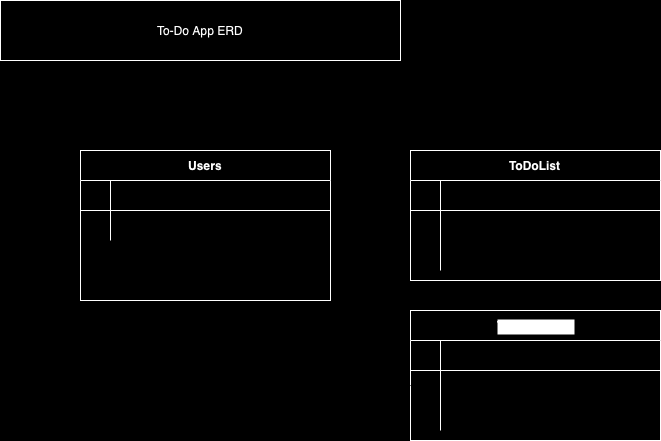
This is To-Do App ERD.png from imaneya/clush-todo-backend, a draw.io export, as it was before one commit. Source tidied: cells renumbered, new cells last; positions are measured from the earlier drawing's top-left corner, leaving out a move shared by most shapes.
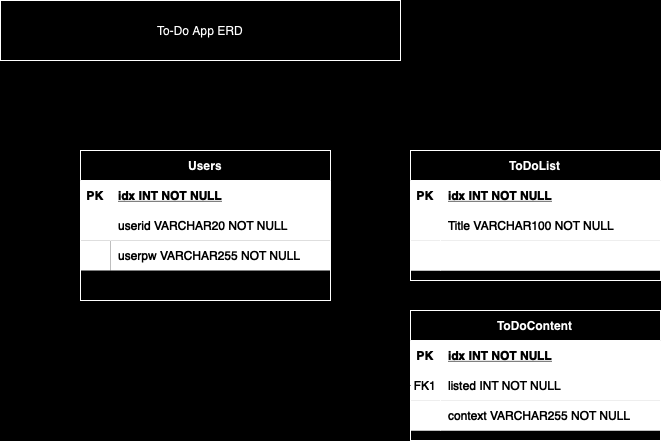
The same file after the commit.

Commit message:
To-Do App ERD.png이 추가되었습니다.

The edit, as a diff of the source:
```diff
@@ -2,91 +2,91 @@
   <root>
     <mxCell id="0" />
     <mxCell id="1" parent="0" />
-    <mxCell id="2" value="ToDoList" style="shape=table;startSize=30;rowLines=0;fontStyle=1;align=center;" parent="1" vertex="1">
+    <mxCell id="2" value="ToDoList" style="shape=table;startSize=30;rowLines=0;fontStyle=1;align=center;fillColor=#FFFFFF;" parent="1" vertex="1">
       <mxGeometry x="410" y="150" width="250" height="130" as="geometry" />
     </mxCell>
-    <mxCell id="3" style="shape=partialRectangle;fillColor=none;points=[[0,0.5],[1,0.5]];portConstraint=eastwest;top=0;left=0;right=0;bottom=1;fontColor=#FFFFFF;" parent="2" vertex="1">
+    <mxCell id="3" style="shape=partialRectangle;fillColor=#000000;points=[[0,0.5],[1,0.5]];portConstraint=eastwest;top=0;left=0;right=0;bottom=1;fontColor=#FFFFFF;" parent="2" vertex="1">
       <mxGeometry y="30" width="250" height="30" as="geometry" />
     </mxCell>
-    <mxCell id="4" value="PK" style="shape=partialRectangle;overflow=hidden;fillColor=none;top=0;left=0;bottom=0;right=0;fontStyle=1;fontColor=#FFFFFF;" parent="3" vertex="1">
+    <mxCell id="4" value="PK" style="shape=partialRectangle;overflow=hidden;fillColor=#000000;top=0;left=0;bottom=0;right=0;fontStyle=1;fontColor=#FFFFFF;" parent="3" vertex="1">
       <mxGeometry width="30" height="30" as="geometry" />
     </mxCell>
-    <mxCell id="5" value="idx INT NOT NULL" style="shape=partialRectangle;overflow=hidden;fillColor=none;top=0;left=0;bottom=0;right=0;align=left;spacingLeft=6;fontStyle=5;fontColor=#FFFFFF;" parent="3" vertex="1">
+    <mxCell id="5" value="idx INT NOT NULL" style="shape=partialRectangle;overflow=hidden;fillColor=#000000;top=0;left=0;bottom=0;right=0;align=left;spacingLeft=6;fontStyle=5;fontColor=#FFFFFF;" parent="3" vertex="1">
       <mxGeometry x="30" width="220" height="30" as="geometry" />
     </mxCell>
-    <mxCell id="6" style="shape=partialRectangle;fillColor=none;top=0;left=0;right=0;bottom=0;fontColor=#FFFFFF;" parent="2" vertex="1">
+    <mxCell id="6" style="shape=partialRectangle;fillColor=#000000;top=0;left=0;right=0;bottom=0;fontColor=#FFFFFF;" parent="2" vertex="1">
       <mxGeometry y="60" width="250" height="30" as="geometry" />
     </mxCell>
-    <mxCell id="7" style="shape=partialRectangle;overflow=hidden;fillColor=none;top=0;left=0;bottom=0;right=0;fontColor=#FFFFFF;" parent="6" vertex="1">
+    <mxCell id="7" style="shape=partialRectangle;overflow=hidden;fillColor=#000000;top=0;left=0;bottom=0;right=0;fontColor=#FFFFFF;" parent="6" vertex="1">
       <mxGeometry width="30" height="30" as="geometry" />
     </mxCell>
-    <mxCell id="8" value="Title VARCHAR100 NOT NULL " style="shape=partialRectangle;overflow=hidden;fillColor=none;top=0;left=0;bottom=0;right=0;align=left;spacingLeft=6;fontColor=#FFFFFF;" parent="6" vertex="1">
+    <mxCell id="8" value="Title VARCHAR100 NOT NULL " style="shape=partialRectangle;overflow=hidden;fillColor=#000000;top=0;left=0;bottom=0;right=0;align=left;spacingLeft=6;fontColor=#FFFFFF;" parent="6" vertex="1">
       <mxGeometry x="30" width="220" height="30" as="geometry" />
     </mxCell>
-    <mxCell id="9" style="shape=partialRectangle;fillColor=none;top=0;left=0;right=0;bottom=0;fontColor=#FFFFFF;" parent="2" vertex="1">
+    <mxCell id="9" style="shape=partialRectangle;fillColor=#000000;top=0;left=0;right=0;bottom=0;fontColor=#FFFFFF;" parent="2" vertex="1">
       <mxGeometry y="90" width="250" height="30" as="geometry" />
     </mxCell>
-    <mxCell id="10" style="shape=partialRectangle;overflow=hidden;fillColor=none;top=0;left=0;bottom=0;right=0;fontColor=#FFFFFF;" parent="9" vertex="1">
+    <mxCell id="10" style="shape=partialRectangle;overflow=hidden;fillColor=#000000;top=0;left=0;bottom=0;right=0;fontColor=#FFFFFF;" parent="9" vertex="1">
       <mxGeometry width="30" height="30" as="geometry" />
     </mxCell>
-    <mxCell id="11" style="shape=partialRectangle;overflow=hidden;fillColor=none;top=0;left=0;bottom=0;right=0;align=left;spacingLeft=6;fontColor=#FFFFFF;" parent="9" vertex="1">
+    <mxCell id="11" style="shape=partialRectangle;overflow=hidden;fillColor=#000000;top=0;left=0;bottom=0;right=0;align=left;spacingLeft=6;fontColor=#FFFFFF;" parent="9" vertex="1">
       <mxGeometry x="30" width="220" height="30" as="geometry" />
     </mxCell>
-    <mxCell id="12" value="ToDoContent" style="shape=table;startSize=30;rowLines=0;fontStyle=1;align=center;labelBackgroundColor=#000000;" parent="1" vertex="1">
+    <mxCell id="12" value="ToDoContent" style="shape=table;startSize=30;rowLines=0;fontStyle=1;align=center;labelBackgroundColor=none;fillColor=#FFFFFF;" parent="1" vertex="1">
       <mxGeometry x="410" y="310" width="250" height="130" as="geometry" />
     </mxCell>
-    <mxCell id="13" style="shape=partialRectangle;fillColor=none;top=0;left=0;right=0;bottom=1;fontColor=#FFFFFF;" parent="12" vertex="1">
+    <mxCell id="13" style="shape=partialRectangle;fillColor=#000000;top=0;left=0;right=0;bottom=1;fontColor=#FFFFFF;" parent="12" vertex="1">
       <mxGeometry y="30" width="250" height="30" as="geometry" />
     </mxCell>
-    <mxCell id="14" value="PK" style="shape=partialRectangle;overflow=hidden;fillColor=none;top=0;left=0;bottom=0;right=0;fontStyle=1;fontColor=#FFFFFF;" parent="13" vertex="1">
+    <mxCell id="14" value="PK" style="shape=partialRectangle;overflow=hidden;fillColor=#000000;top=0;left=0;bottom=0;right=0;fontStyle=1;fontColor=#FFFFFF;" parent="13" vertex="1">
       <mxGeometry width="30" height="30" as="geometry" />
     </mxCell>
-    <mxCell id="15" value="idx INT NOT NULL" style="shape=partialRectangle;overflow=hidden;fillColor=none;top=0;left=0;bottom=0;right=0;align=left;spacingLeft=6;fontStyle=5;fontColor=#FFFFFF;" parent="13" vertex="1">
+    <mxCell id="15" value="idx INT NOT NULL" style="shape=partialRectangle;overflow=hidden;fillColor=#000000;top=0;left=0;bottom=0;right=0;align=left;spacingLeft=6;fontStyle=5;fontColor=#FFFFFF;" parent="13" vertex="1">
       <mxGeometry x="30" width="220" height="30" as="geometry" />
     </mxCell>
-    <mxCell id="16" style="shape=partialRectangle;fillColor=none;points=[[0,0.5],[1,0.5]];portConstraint=eastwest;top=0;left=0;right=0;bottom=0;fontColor=#FFFFFF;" parent="12" vertex="1">
+    <mxCell id="16" style="shape=partialRectangle;fillColor=#000000;points=[[0,0.5],[1,0.5]];portConstraint=eastwest;top=0;left=0;right=0;bottom=0;fontColor=#FFFFFF;" parent="12" vertex="1">
       <mxGeometry y="60" width="250" height="30" as="geometry" />
     </mxCell>
-    <mxCell id="17" value="FK1" style="shape=partialRectangle;overflow=hidden;fillColor=none;top=0;left=0;bottom=0;right=0;fontColor=#FFFFFF;" parent="16" vertex="1">
+    <mxCell id="17" value="FK1" style="shape=partialRectangle;overflow=hidden;fillColor=#000000;top=0;left=0;bottom=0;right=0;fontColor=#FFFFFF;" parent="16" vertex="1">
       <mxGeometry width="30" height="30" as="geometry" />
     </mxCell>
-    <mxCell id="18" value="listed INT NOT NULL" style="shape=partialRectangle;overflow=hidden;fillColor=none;top=0;left=0;bottom=0;right=0;align=left;spacingLeft=6;fontColor=#FFFFFF;" parent="16" vertex="1">
+    <mxCell id="18" value="listed INT NOT NULL" style="shape=partialRectangle;overflow=hidden;fillColor=#000000;top=0;left=0;bottom=0;right=0;align=left;spacingLeft=6;fontColor=#FFFFFF;" parent="16" vertex="1">
       <mxGeometry x="30" width="220" height="30" as="geometry" />
     </mxCell>
-    <mxCell id="19" style="shape=partialRectangle;fillColor=none;top=0;left=0;right=0;bottom=0;fontColor=#FFFFFF;" parent="12" vertex="1">
+    <mxCell id="19" style="shape=partialRectangle;fillColor=#000000;top=0;left=0;right=0;bottom=0;fontColor=#FFFFFF;" parent="12" vertex="1">
       <mxGeometry y="90" width="250" height="30" as="geometry" />
     </mxCell>
-    <mxCell id="20" style="shape=partialRectangle;overflow=hidden;fillColor=none;top=0;left=0;bottom=0;right=0;fontColor=#FFFFFF;" parent="19" vertex="1">
+    <mxCell id="20" style="shape=partialRectangle;overflow=hidden;fillColor=#000000;top=0;left=0;bottom=0;right=0;fontColor=#FFFFFF;" parent="19" vertex="1">
       <mxGeometry width="30" height="30" as="geometry" />
     </mxCell>
-    <mxCell id="21" value="context VARCHAR255 NOT NULL" style="shape=partialRectangle;overflow=hidden;fillColor=none;top=0;left=0;bottom=0;right=0;align=left;spacingLeft=6;fontColor=#FFFFFF;" parent="19" vertex="1">
+    <mxCell id="21" value="context VARCHAR255 NOT NULL" style="shape=partialRectangle;overflow=hidden;fillColor=#000000;top=0;left=0;bottom=0;right=0;align=left;spacingLeft=6;fontColor=#FFFFFF;" parent="19" vertex="1">
       <mxGeometry x="30" width="220" height="30" as="geometry" />
     </mxCell>
-    <mxCell id="22" value="Users" style="shape=table;startSize=30;rowLines=0;fontStyle=1;align=center;" parent="1" vertex="1">
+    <mxCell id="22" value="Users" style="shape=table;startSize=30;rowLines=0;fontStyle=1;align=center;fillStyle=solid;" parent="1" vertex="1">
       <mxGeometry x="80" y="150" width="250" height="150" as="geometry" />
     </mxCell>
-    <mxCell id="23" style="shape=partialRectangle;fillColor=none;top=0;left=0;right=0;bottom=1;fontColor=#FFFFFF;" parent="22" vertex="1">
+    <mxCell id="23" style="shape=partialRectangle;fillColor=#000000;top=0;left=0;right=0;bottom=1;fontColor=#FFFFFF;" parent="22" vertex="1">
       <mxGeometry y="30" width="250" height="30" as="geometry" />
     </mxCell>
-    <mxCell id="24" value="PK" style="shape=partialRectangle;overflow=hidden;fillColor=none;top=0;left=0;bottom=0;right=0;fontStyle=1;fontColor=#FFFFFF;" parent="23" vertex="1">
+    <mxCell id="24" value="PK" style="shape=partialRectangle;overflow=hidden;fillColor=#000000;top=0;left=0;bottom=0;right=0;fontStyle=1;fontColor=#FFFFFF;" parent="23" vertex="1">
       <mxGeometry width="30" height="30" as="geometry" />
     </mxCell>
-    <mxCell id="25" value="idx INT NOT NULL" style="shape=partialRectangle;overflow=hidden;fillColor=none;top=0;left=0;bottom=0;right=0;align=left;spacingLeft=6;fontStyle=5;fontColor=#FFFFFF;" parent="23" vertex="1">
+    <mxCell id="25" value="idx INT NOT NULL" style="shape=partialRectangle;overflow=hidden;fillColor=#000000;top=0;left=0;bottom=0;right=0;align=left;spacingLeft=6;fontStyle=5;fontColor=#FFFFFF;" parent="23" vertex="1">
       <mxGeometry x="30" width="220" height="30" as="geometry" />
     </mxCell>
-    <mxCell id="26" style="shape=partialRectangle;fillColor=none;top=0;left=0;right=0;bottom=0;fontColor=#FFFFFF;" parent="22" vertex="1">
+    <mxCell id="26" style="shape=partialRectangle;fillColor=#000000;top=0;left=0;right=0;bottom=0;fontColor=#FFFFFF;" parent="22" vertex="1">
       <mxGeometry y="60" width="250" height="30" as="geometry" />
     </mxCell>
-    <mxCell id="27" style="shape=partialRectangle;overflow=hidden;fillColor=none;top=0;left=0;bottom=0;right=0;fontColor=#FFFFFF;" parent="26" vertex="1">
+    <mxCell id="27" style="shape=partialRectangle;overflow=hidden;fillColor=#000000;top=0;left=0;bottom=0;right=0;fontColor=#FFFFFF;" parent="26" vertex="1">
       <mxGeometry width="30" height="30" as="geometry" />
     </mxCell>
-    <mxCell id="28" value="userid VARCHAR20 NOT NULL" style="shape=partialRectangle;overflow=hidden;fillColor=none;top=0;left=0;bottom=0;right=0;align=left;spacingLeft=6;fontColor=#FFFFFF;" parent="26" vertex="1">
+    <mxCell id="28" value="userid VARCHAR20 NOT NULL" style="shape=partialRectangle;overflow=hidden;fillColor=#000000;top=0;left=0;bottom=0;right=0;align=left;spacingLeft=6;fontColor=#FFFFFF;" parent="26" vertex="1">
       <mxGeometry x="30" width="220" height="30" as="geometry" />
     </mxCell>
-    <mxCell id="29" style="shape=partialRectangle;overflow=hidden;fillColor=none;top=0;left=0;bottom=0;right=0;fontColor=#FFFFFF;" parent="1" vertex="1">
+    <mxCell id="29" style="shape=partialRectangle;overflow=hidden;fillColor=#000000;top=0;left=0;bottom=0;right=0;fontColor=#FFFFFF;" parent="1" vertex="1">
       <mxGeometry x="80" y="240" width="30" height="30" as="geometry" />
     </mxCell>
-    <mxCell id="30" value="userpw VARCHAR255 NOT NULL" style="shape=partialRectangle;overflow=hidden;fillColor=none;top=0;left=0;bottom=0;right=0;align=left;spacingLeft=6;fontColor=#FFFFFF;" parent="1" vertex="1">
+    <mxCell id="30" value="userpw VARCHAR255 NOT NULL" style="shape=partialRectangle;overflow=hidden;fillColor=#000000;top=0;left=0;bottom=0;right=0;align=left;spacingLeft=6;fontColor=#FFFFFF;" parent="1" vertex="1">
       <mxGeometry x="110" y="240" width="220" height="30" as="geometry" />
     </mxCell>
     <mxCell id="31" style="curved=1;endArrow=classic;html=1;rounded=0;entryX=0;entryY=0.5;entryDx=0;entryDy=0;exitX=0;exitY=0.5;exitDx=0;exitDy=0;strokeColor=#FFFFFF;" parent="1" edge="1" source="16" target="3">
@@ -97,7 +97,7 @@
         </Array>
       </mxGeometry>
     </mxCell>
-    <mxCell id="32" value="To-Do App ERD" style="rounded=0;whiteSpace=wrap;html=1;" parent="1" vertex="1">
+    <mxCell id="32" value="To-Do App ERD" style="rounded=0;whiteSpace=wrap;html=1;fillStyle=solid;" parent="1" vertex="1">
       <mxGeometry width="400" height="60" as="geometry" />
     </mxCell>
   </root>
```
